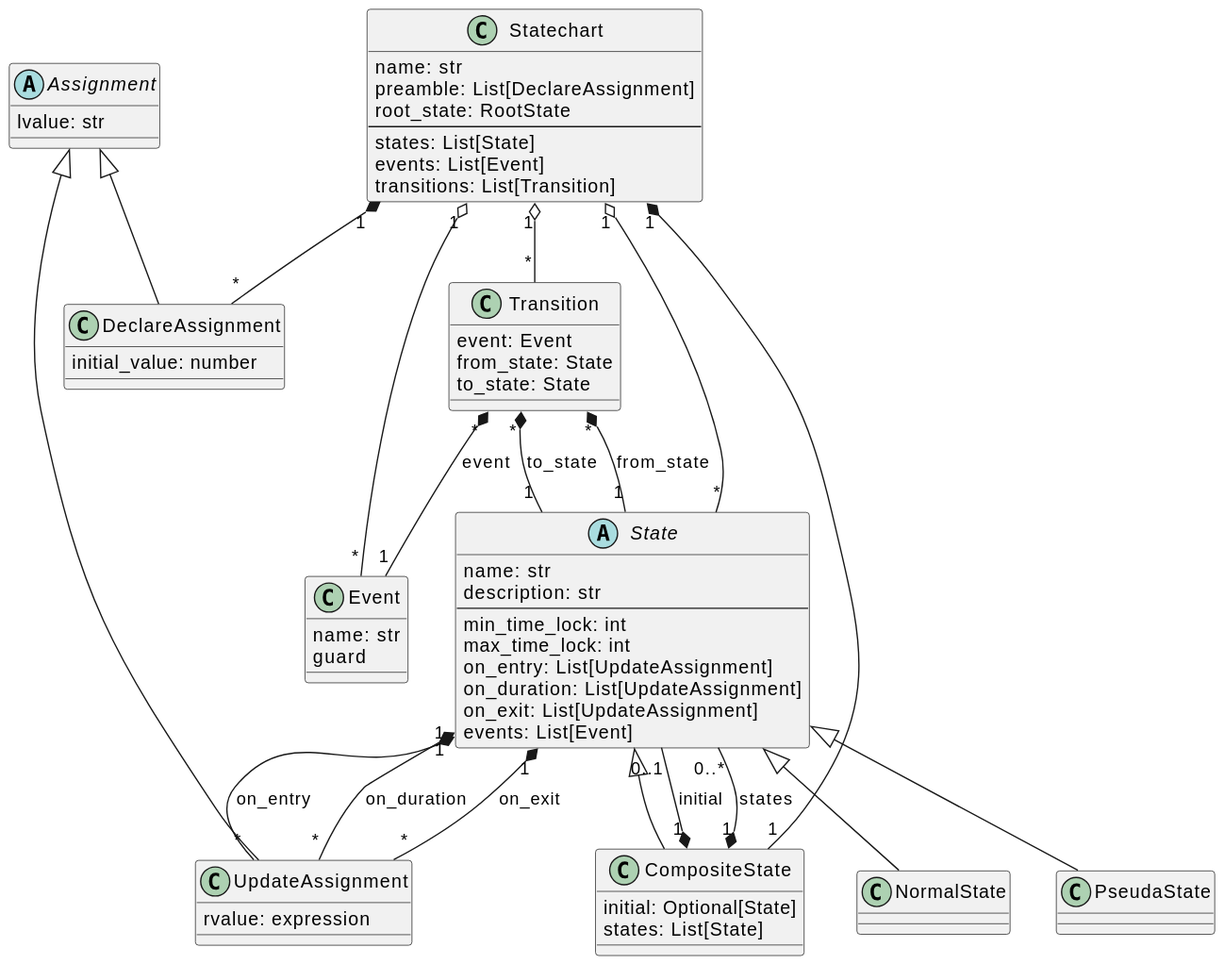
Earlier version of the PlantUML export main/_images/meta.puml.svg (HansBug/pyfcstm).
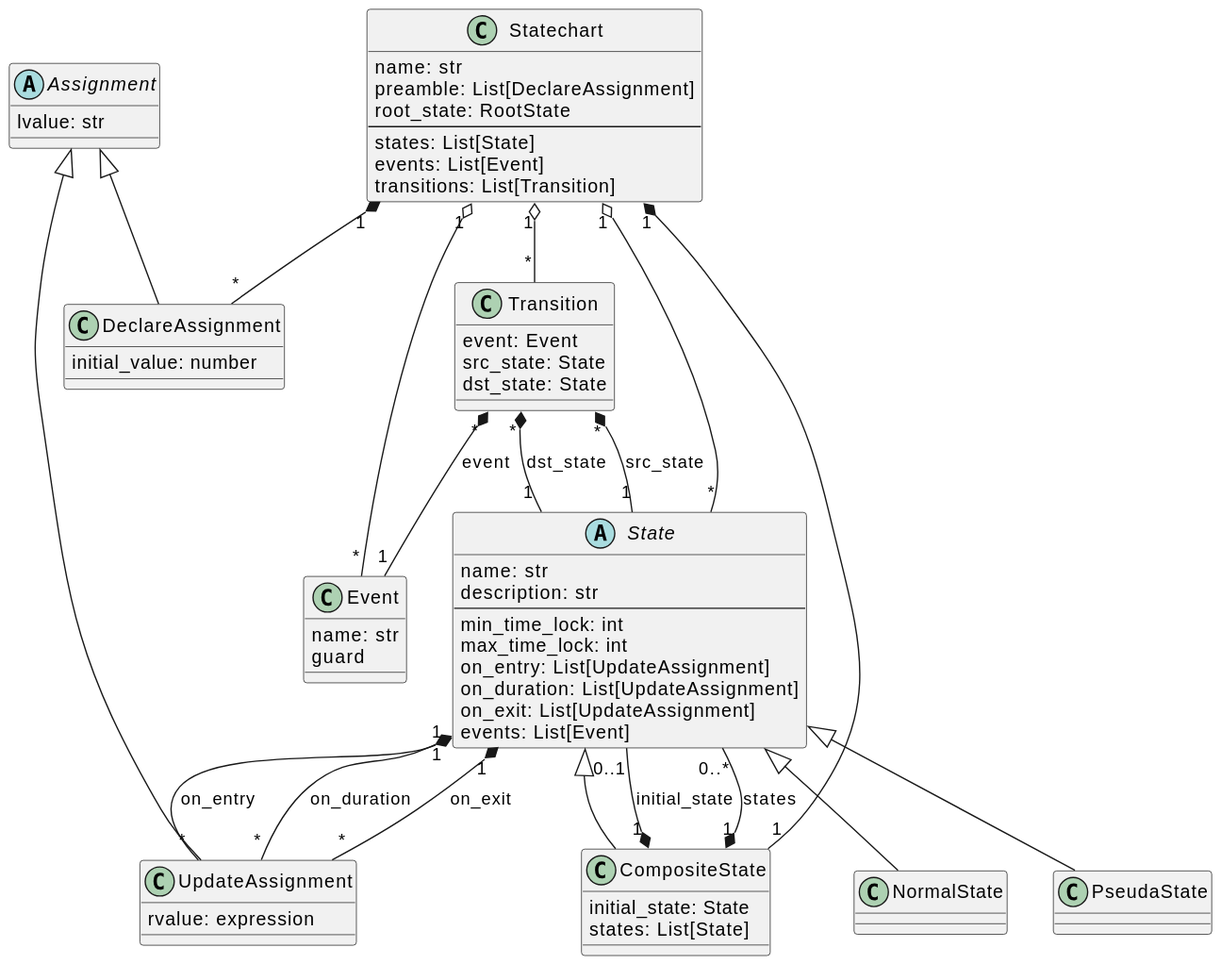
The same diagram one commit later.

What changed in the source:
```diff
@@ -18,11 +18,11 @@
 CompositeState -up-|> State
 
 class CompositeState {
-    initial: Optional[State]
+    initial_state: State
     states: List[State]
 }
 
-CompositeState "1" *-- "0..1" State : initial
+CompositeState "1" *-- "0..1" State : initial_state
 CompositeState "1" *-- "0..*" State : states
 
 NormalState -up-|> State
@@ -43,11 +43,11 @@
 
 class Transition {
     event: Event
-    from_state: State
-    to_state: State
+    src_state: State
+    dst_state: State
 }
-Transition "*" *-- "1" State : from_state
-Transition "*" *-- "1" State : to_state
+Transition "*" *-- "1" State : src_state
+Transition "*" *-- "1" State : dst_state
 Transition "*" *-- "1" Event : event
 
 class Statechart {
```
